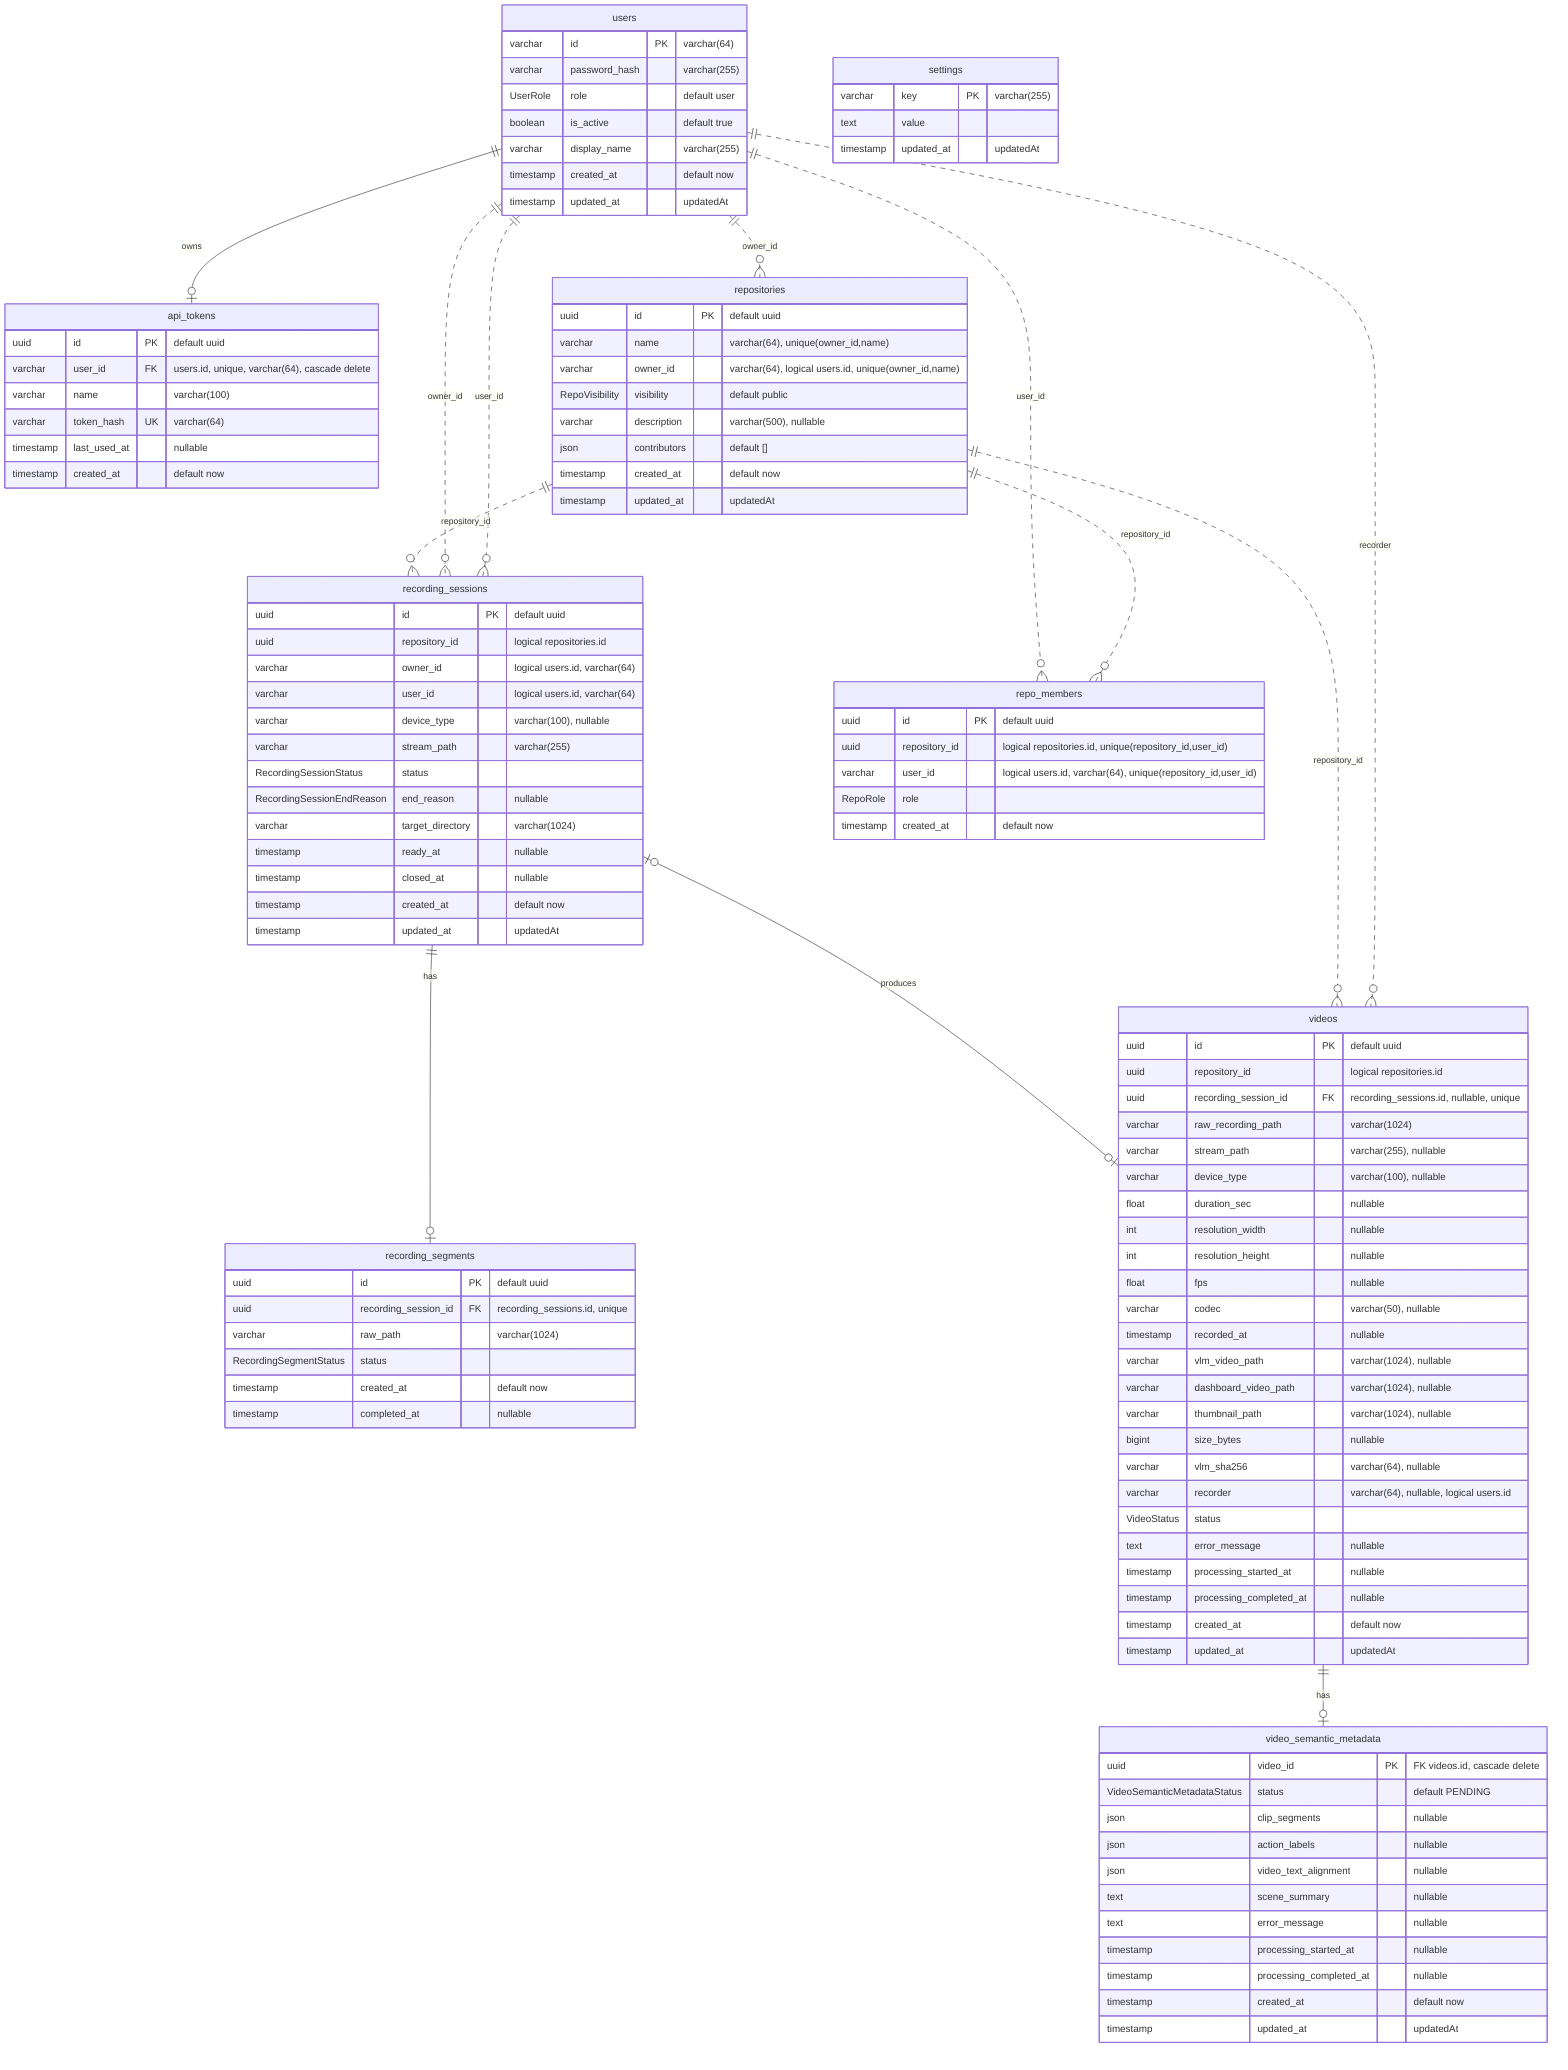
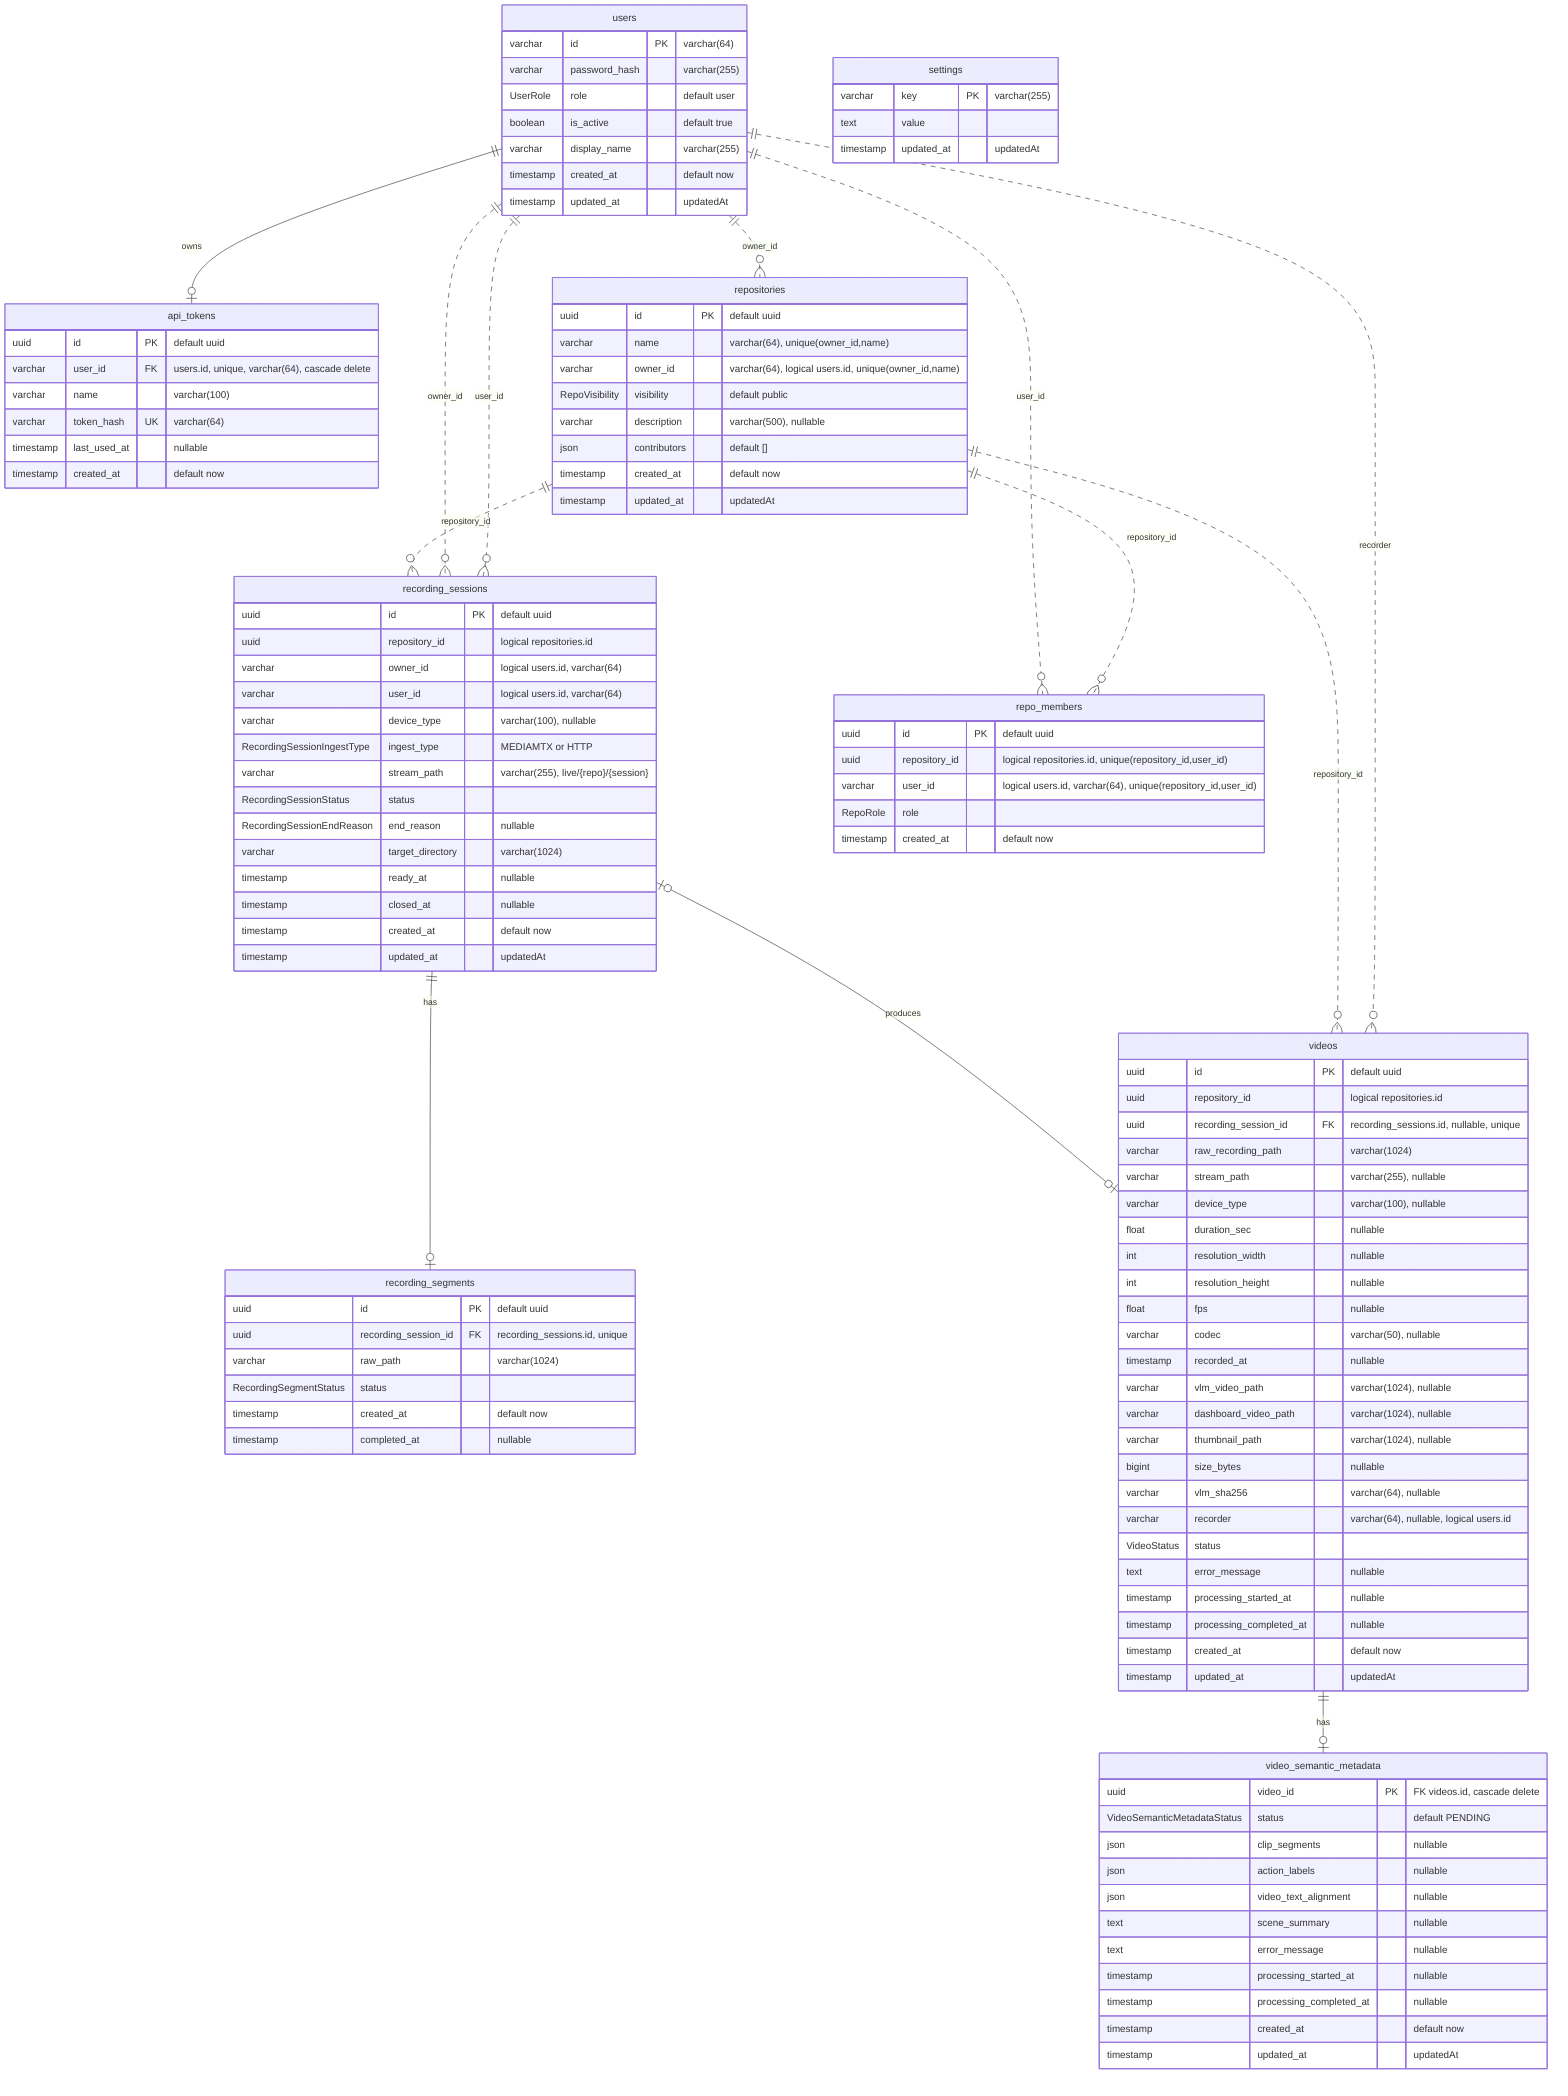
erDiagram
  %% Source of truth: backend/prisma/schema.prisma
  %% Solid lines are Prisma-declared relations that create DB-level references.
  %% Dotted lines are logical references stored as id fields without Prisma @relation.

  users ||--o| api_tokens : owns
  recording_sessions ||--o| recording_segments : has
  recording_sessions |o--o| videos : produces
  videos ||--o| video_semantic_metadata : has

  users ||..o{ repositories : owner_id
  users ||..o{ repo_members : user_id
  repositories ||..o{ repo_members : repository_id
  repositories ||..o{ recording_sessions : repository_id
  users ||..o{ recording_sessions : owner_id
  users ||..o{ recording_sessions : user_id
  repositories ||..o{ videos : repository_id
  users ||..o{ videos : recorder

  users {
    varchar id PK "varchar(64)"
    varchar password_hash "varchar(255)"
    UserRole role "default user"
    boolean is_active "default true"
    varchar display_name "varchar(255)"
    timestamp created_at "default now"
    timestamp updated_at "updatedAt"
  }

  api_tokens {
    uuid id PK "default uuid"
    varchar user_id FK "users.id, unique, varchar(64), cascade delete"
    varchar name "varchar(100)"
    varchar token_hash UK "varchar(64)"
    timestamp last_used_at "nullable"
    timestamp created_at "default now"
  }

  settings {
    varchar key PK "varchar(255)"
    text value
    timestamp updated_at "updatedAt"
  }

  repositories {
    uuid id PK "default uuid"
    varchar name "varchar(64), unique(owner_id,name)"
    varchar owner_id "varchar(64), logical users.id, unique(owner_id,name)"
    RepoVisibility visibility "default public"
    varchar description "varchar(500), nullable"
    json contributors "default []"
    timestamp created_at "default now"
    timestamp updated_at "updatedAt"
  }

  repo_members {
    uuid id PK "default uuid"
    uuid repository_id "logical repositories.id, unique(repository_id,user_id)"
    varchar user_id "logical users.id, varchar(64), unique(repository_id,user_id)"
    RepoRole role
    timestamp created_at "default now"
  }

  recording_sessions {
    uuid id PK "default uuid"
    uuid repository_id "logical repositories.id"
    varchar owner_id "logical users.id, varchar(64)"
    varchar user_id "logical users.id, varchar(64)"
    varchar device_type "varchar(100), nullable"
-     varchar stream_path "varchar(255)"
+     RecordingSessionIngestType ingest_type "MEDIAMTX or HTTP"
+     varchar stream_path "varchar(255), live/{repo}/{session}"
    RecordingSessionStatus status
    RecordingSessionEndReason end_reason "nullable"
    varchar target_directory "varchar(1024)"
    timestamp ready_at "nullable"
    timestamp closed_at "nullable"
    timestamp created_at "default now"
    timestamp updated_at "updatedAt"
  }

  recording_segments {
    uuid id PK "default uuid"
    uuid recording_session_id FK "recording_sessions.id, unique"
    varchar raw_path "varchar(1024)"
    RecordingSegmentStatus status
    timestamp created_at "default now"
    timestamp completed_at "nullable"
  }

  videos {
    uuid id PK "default uuid"
    uuid repository_id "logical repositories.id"
    uuid recording_session_id FK "recording_sessions.id, nullable, unique"
    varchar raw_recording_path "varchar(1024)"
    varchar stream_path "varchar(255), nullable"
    varchar device_type "varchar(100), nullable"
    float duration_sec "nullable"
    int resolution_width "nullable"
    int resolution_height "nullable"
    float fps "nullable"
    varchar codec "varchar(50), nullable"
    timestamp recorded_at "nullable"
    varchar vlm_video_path "varchar(1024), nullable"
    varchar dashboard_video_path "varchar(1024), nullable"
    varchar thumbnail_path "varchar(1024), nullable"
    bigint size_bytes "nullable"
    varchar vlm_sha256 "varchar(64), nullable"
    varchar recorder "varchar(64), nullable, logical users.id"
    VideoStatus status
    text error_message "nullable"
    timestamp processing_started_at "nullable"
    timestamp processing_completed_at "nullable"
    timestamp created_at "default now"
    timestamp updated_at "updatedAt"
  }

  video_semantic_metadata {
    uuid video_id PK "FK videos.id, cascade delete"
    VideoSemanticMetadataStatus status "default PENDING"
    json clip_segments "nullable"
    json action_labels "nullable"
    json video_text_alignment "nullable"
    text scene_summary "nullable"
    text error_message "nullable"
    timestamp processing_started_at "nullable"
    timestamp processing_completed_at "nullable"
    timestamp created_at "default now"
    timestamp updated_at "updatedAt"
  }

  %% Enums:
  %% UserRole: admin, user
  %% RepoVisibility: public, private
  %% RepoRole: read, maintain, admin
  %% VideoStatus: COMPLETED, FAILED
  %% VideoSemanticMetadataStatus: PENDING, PROCESSING, COMPLETED, FAILED
  %% RecordingSessionStatus: PENDING, STREAMING, CLOSED
+   %% RecordingSessionIngestType: MEDIAMTX, HTTP
  %% RecordingSessionEndReason:
  %%   NORMAL_DISCONNECT, UNEXPECTED_DISCONNECT, ACCESS_FORBIDDEN,
  %%   REPOSITORY_DELETED, INTERNAL_ERROR
  %% RecordingSegmentStatus: WRITING, WRITE_DONE, PROCESSING, COMPLETED, FAILED

  %% Unique constraints:
  %% api_tokens.user_id
  %% api_tokens.token_hash
  %% repositories(owner_id, name)
  %% repo_members(repository_id, user_id)
  %% recording_segments.recording_session_id
  %% videos.recording_session_id

  %% Indexes:
  %% repositories.owner_id -> idx_repos_owner_id
  %% repositories.visibility -> idx_repos_visibility
  %% repo_members.repository_id -> idx_repo_members_repo_id
  %% repo_members.user_id -> idx_repo_members_user_id
  %% recording_sessions(repository_id, status) -> idx_recording_sessions_repo_status
  %% recording_sessions(user_id, created_at) -> idx_recording_sessions_user_created_at
  %% recording_segments.status -> idx_recording_segments_status
  %% videos.status
  %% videos.repository_id -> idx_videos_repository_id
  %% videos.recorded_at -> idx_videos_recorded_at
  %% videos.recorder -> idx_videos_recorder
  %% videos.recording_session_id -> idx_videos_recording_session_id
  %% video_semantic_metadata.status -> idx_video_semantic_metadata_status
